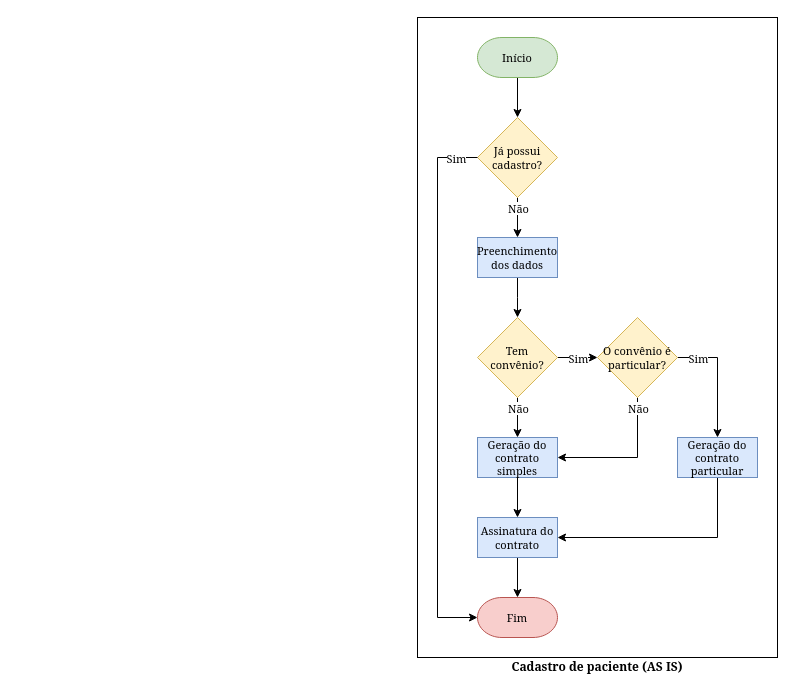
therapies-love-kids/nexus keeps this draw.io diagram as page "fluxogramas" (3 of 3) of docs/diagramas.drawio. Above is the earlier version. Source tidied: cells renumbered, new cells numbered last; positions are measured from the earlier drawing's top-left corner, leaving out a move shared by most shapes. Both pictures are drawn from the tidied source at 100%, with x=0, y=0 at pixel (417, 17).
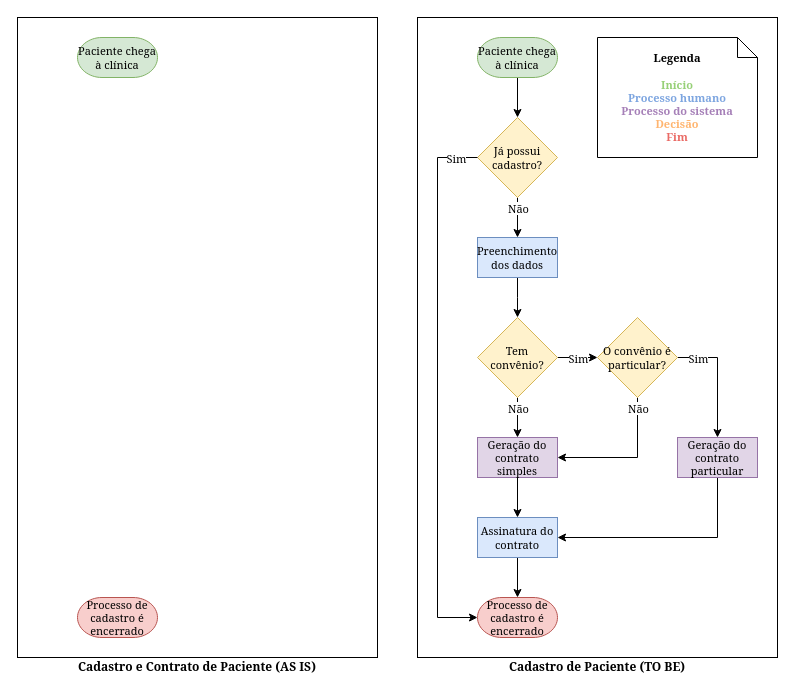
The same page after the edit.

Diff of the diagram source:
```diff
@@
-    <mxCell id="4" value="Início" style="strokeWidth=1;html=1;shape=mxgraph.flowchart.terminator;whiteSpace=wrap;fontSize=11;fontFamily=Georgia;labelBackgroundColor=none;fillColor=#d5e8d4;strokeColor=#82b366;" parent="1" vertex="1">
+    <mxCell id="4" value="Paciente chega à clínica" style="strokeWidth=1;html=1;shape=mxgraph.flowchart.terminator;whiteSpace=wrap;fontSize=11;fontFamily=Georgia;labelBackgroundColor=none;fillColor=#d5e8d4;strokeColor=#82b366;" parent="1" vertex="1">
       <mxGeometry x="60" y="20" width="80" height="40" as="geometry" />
     </mxCell>
@@
-    <mxCell id="15" value="Fim" style="strokeWidth=1;html=1;shape=mxgraph.flowchart.terminator;whiteSpace=wrap;fontSize=11;fontFamily=Georgia;labelBackgroundColor=none;fillColor=#f8cecc;strokeColor=#b85450;" parent="1" vertex="1">
+    <mxCell id="15" value="Processo de cadastro é encerrado" style="strokeWidth=1;html=1;shape=mxgraph.flowchart.terminator;whiteSpace=wrap;fontSize=11;fontFamily=Georgia;labelBackgroundColor=none;fillColor=#f8cecc;strokeColor=#b85450;" parent="1" vertex="1">
       <mxGeometry x="60" y="580" width="80" height="40" as="geometry" />
     </mxCell>
@@
-    <mxCell id="17" value="&lt;font&gt;Geração do contrato&lt;/font&gt; simples" style="rounded=0;whiteSpace=wrap;html=1;fontFamily=Georgia;labelBackgroundColor=none;fontSize=11;fillColor=#dae8fc;strokeColor=#6c8ebf;" parent="1" vertex="1">
+    <mxCell id="17" value="&lt;font&gt;Geração do contrato&lt;/font&gt; simples" style="rounded=0;whiteSpace=wrap;html=1;fontFamily=Georgia;labelBackgroundColor=none;fontSize=11;fillColor=#e1d5e7;strokeColor=#9673a6;" parent="1" vertex="1">
       <mxGeometry x="60" y="420" width="80" height="40" as="geometry" />
     </mxCell>
@@
-    <mxCell id="21" value="&lt;font&gt;Geração do contrato particular&lt;br&gt;&lt;/font&gt;" style="rounded=0;whiteSpace=wrap;html=1;fontFamily=Georgia;labelBackgroundColor=none;fontSize=11;fillColor=#dae8fc;strokeColor=#6c8ebf;" parent="1" vertex="1">
+    <mxCell id="21" value="&lt;font&gt;Geração do contrato particular&lt;br&gt;&lt;/font&gt;" style="rounded=0;whiteSpace=wrap;html=1;fontFamily=Georgia;labelBackgroundColor=none;fontSize=11;fillColor=#e1d5e7;strokeColor=#9673a6;" parent="1" vertex="1">
       <mxGeometry x="260" y="420" width="80" height="40" as="geometry" />
     </mxCell>
@@
-    <mxCell id="29" value="&lt;b&gt;Cadastro de paciente (AS IS)&lt;/b&gt;" style="text;html=1;align=center;verticalAlign=middle;whiteSpace=wrap;rounded=0;fontFamily=Georgia;labelBorderColor=none;fontSize=12;" parent="1" vertex="1">
+    <mxCell id="29" value="&lt;b&gt;Cadastro de Paciente (TO BE)&lt;br&gt;&lt;/b&gt;" style="text;html=1;align=center;verticalAlign=middle;whiteSpace=wrap;rounded=0;fontFamily=Georgia;labelBorderColor=none;fontSize=12;" parent="1" vertex="1">
       <mxGeometry y="640" width="360" height="20" as="geometry" />
     </mxCell>
+    <mxCell id="30" value="&lt;div&gt;&lt;b&gt;Legenda&lt;/b&gt;&lt;/div&gt;&lt;div&gt;&lt;br&gt;&lt;/div&gt;&lt;div&gt;&lt;font color=&quot;#97d077&quot;&gt;&lt;b&gt;Início&lt;/b&gt;&lt;/font&gt;&lt;/div&gt;&lt;div&gt;&lt;font color=&quot;#7ea6e0&quot;&gt;&lt;b&gt;Processo humano&lt;/b&gt;&lt;/font&gt;&lt;/div&gt;&lt;div&gt;&lt;font color=&quot;#a680b8&quot;&gt;&lt;b&gt;Processo do sistema&lt;/b&gt;&lt;/font&gt;&lt;/div&gt;&lt;div&gt;&lt;b&gt;&lt;font color=&quot;#ffb570&quot;&gt;Decisão&lt;/font&gt;&lt;/b&gt;&lt;/div&gt;&lt;div&gt;&lt;b&gt;&lt;font color=&quot;#ea6b66&quot;&gt;Fim&lt;/font&gt;&lt;/b&gt;&lt;/div&gt;" style="shape=note;size=20;whiteSpace=wrap;html=1;fontFamily=Georgia;fontSize=11;" parent="1" vertex="1">
+      <mxGeometry x="180" y="20" width="160" height="120" as="geometry" />
+    </mxCell>
+    <mxCell id="31" value="&lt;b&gt;Cadastro e Contrato de Paciente (AS IS)&lt;/b&gt;" style="text;html=1;align=center;verticalAlign=middle;whiteSpace=wrap;rounded=0;fontFamily=Georgia;labelBorderColor=none;fontSize=12;" parent="1" vertex="1">
+      <mxGeometry x="-400" y="640" width="360" height="20" as="geometry" />
+    </mxCell>
+    <mxCell id="32" style="rounded=0;whiteSpace=wrap;html=1;fillColor=none;fontFamily=Georgia;" parent="1" vertex="1">
+      <mxGeometry x="-400" width="360" height="640" as="geometry" />
+    </mxCell>
+    <mxCell id="33" value="Paciente chega à clínica" style="strokeWidth=1;html=1;shape=mxgraph.flowchart.terminator;whiteSpace=wrap;fontSize=11;fontFamily=Georgia;labelBackgroundColor=none;fillColor=#d5e8d4;strokeColor=#82b366;" parent="1" vertex="1">
+      <mxGeometry x="-340" y="20" width="80" height="40" as="geometry" />
+    </mxCell>
+    <mxCell id="34" value="Processo de cadastro é encerrado" style="strokeWidth=1;html=1;shape=mxgraph.flowchart.terminator;whiteSpace=wrap;fontSize=11;fontFamily=Georgia;labelBackgroundColor=none;fillColor=#f8cecc;strokeColor=#b85450;" parent="1" vertex="1">
+      <mxGeometry x="-340" y="580" width="80" height="40" as="geometry" />
+    </mxCell>
```
